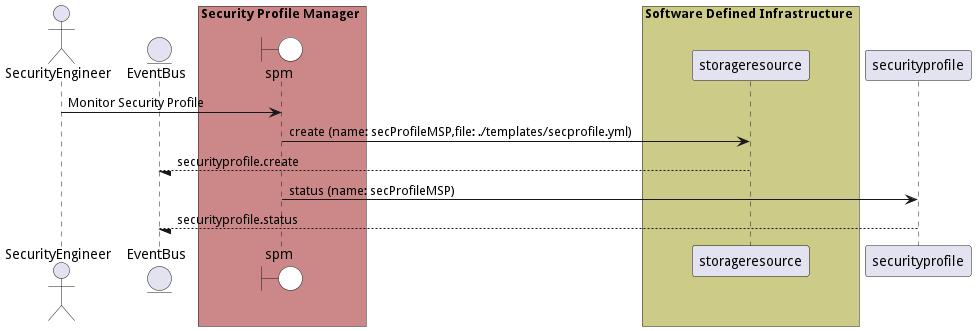
Earlier version of the PlantUML export docs/edgemere/sa/spm/usecases/managesecurityprofiles/MonitorSecurityProfile.png (madajaju/edgemere). Its diagram source:
```plantuml
@startuml

actor "SecurityEngineer"


entity EventBus

box Security Profile Manager #cc8888
    boundary spm #white
end box


box Software Defined Infrastructure #cccc88
            participant storageresource
    end box

box Security Profile Manager #cc8888
    end box


"SecurityEngineer" -> spm: Monitor Security Profile

    spm -> "storageresource": create (name: secProfileMSP,file: ./templates/secprofile.yml)

    "storageresource" --/ EventBus: securityprofile.create

    spm -> "securityprofile": status (name: secProfileMSP)

    "securityprofile" --/ EventBus: securityprofile.status



@enduml
```
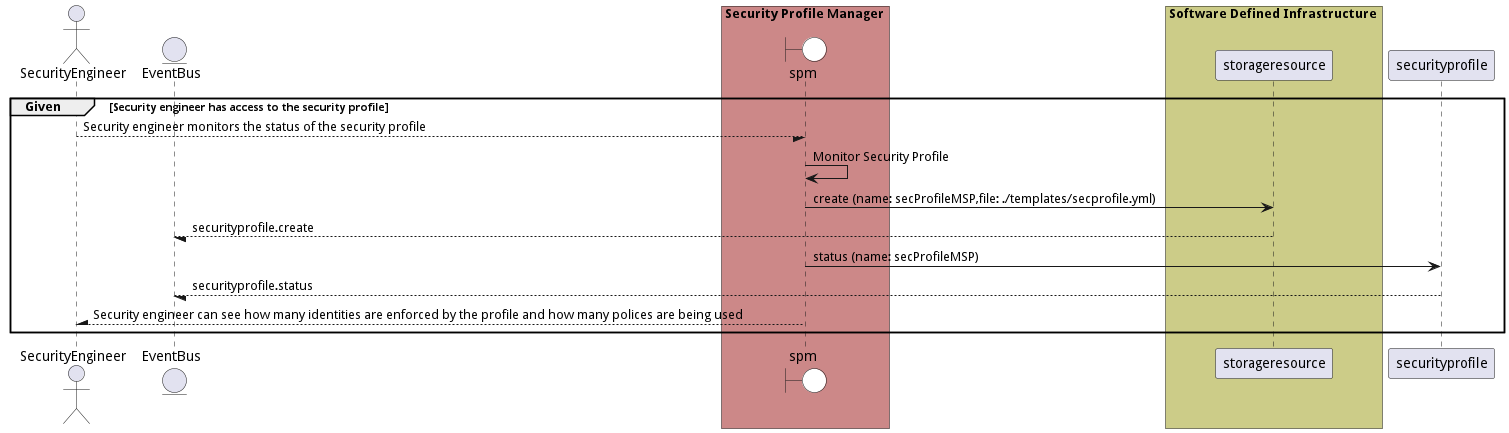
After the commit.

What changed in the source:
```diff
@@ -1,4 +1,5 @@
 @startuml
+
 
 actor "SecurityEngineer"
 
@@ -17,8 +18,10 @@
 box Security Profile Manager #cc8888
     end box
 
+group Given [Security engineer has access to the security profile]
 
-"SecurityEngineer" -> spm: Monitor Security Profile
+"SecurityEngineer" --/ spm: Security engineer monitors the status of the security profile
+"spm" -> spm: Monitor Security Profile
 
     spm -> "storageresource": create (name: secProfileMSP,file: ./templates/secprofile.yml)
 
@@ -30,4 +33,9 @@
 
 
 
+"SecurityEngineer" /-- spm: Security engineer can see how many identities are enforced by the profile and how many polices are being used
+
+
+end
+
 @enduml
```
